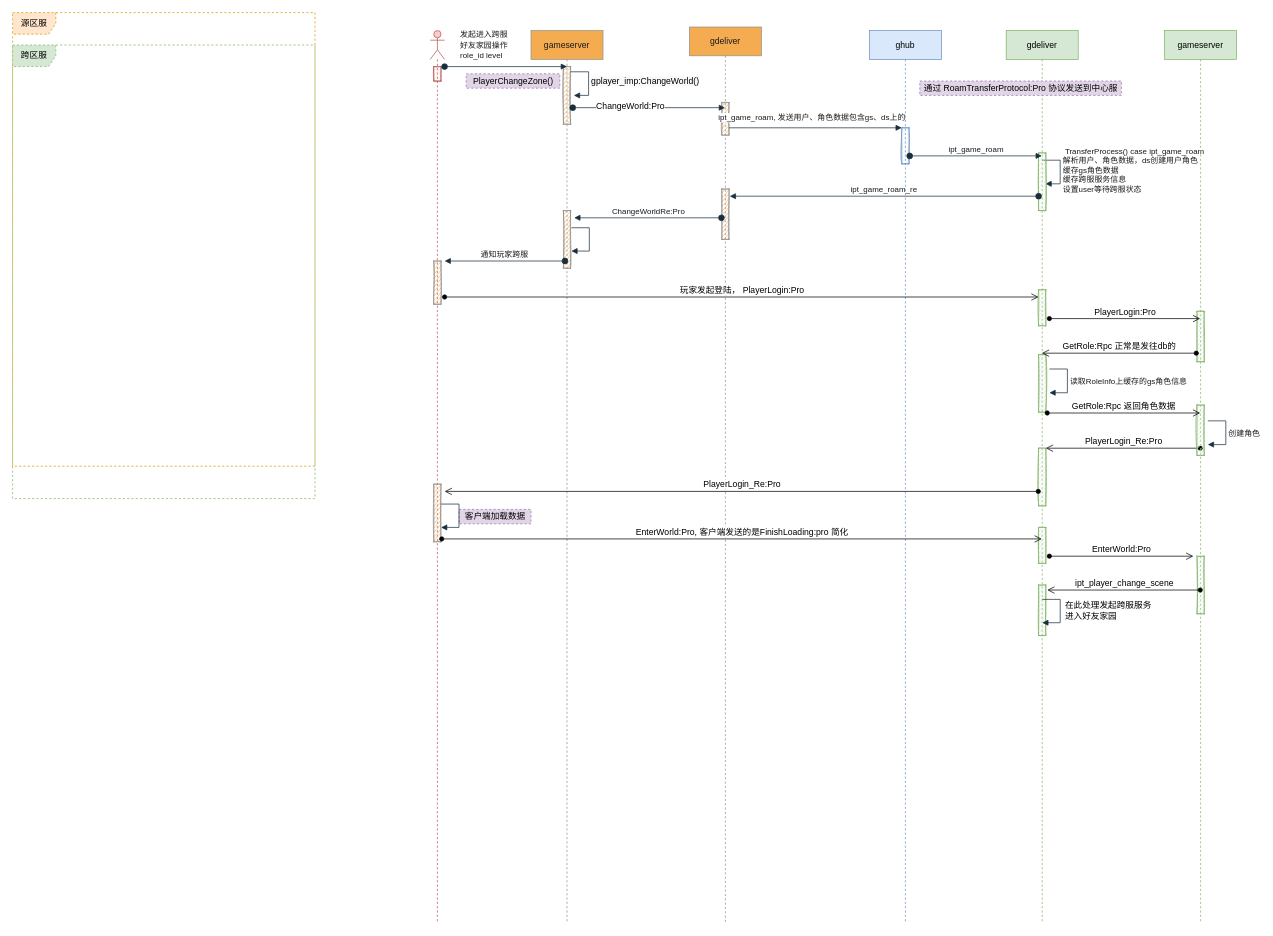
The draw.io diagram page "家园跨服流程" (13 of 13) of i-server.drawio in hsoul/lqua, before the edit. Source tidied: cells renumbered, new cells numbered last; positions are measured from the earlier drawing's top-left corner, leaving out a move shared by most shapes. Both pictures are drawn from the tidied source at 72%, with x=0, y=0 at pixel (12, 12).
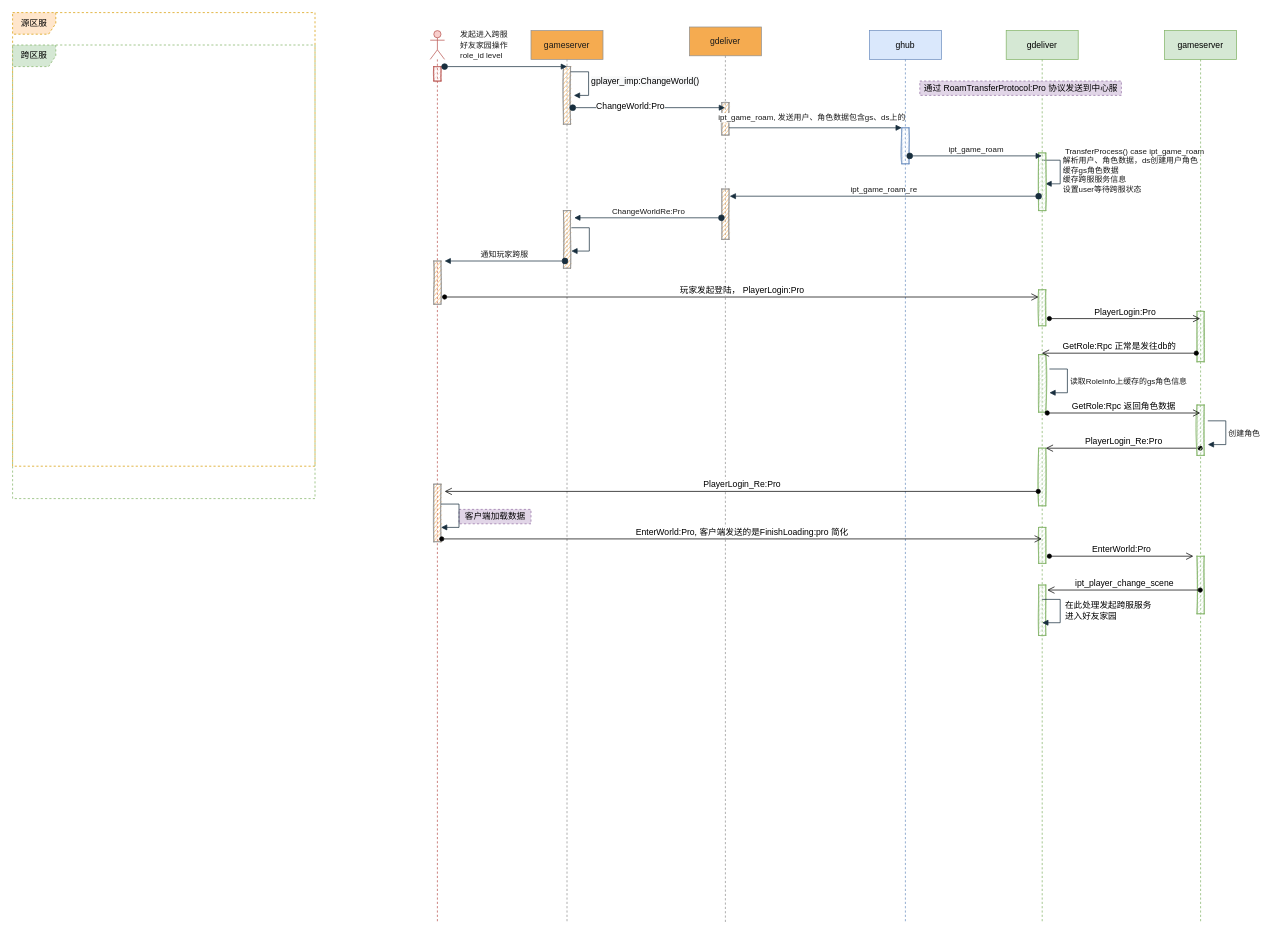
The same page after the edit.

What changed in the source:
```diff
@@
-    <mxCell id="30" value="&lt;div style=&quot;text-align: left&quot;&gt;PlayerChangeZone()&lt;br&gt;&lt;/div&gt;" style="text;html=1;align=center;verticalAlign=middle;fillColor=#e1d5e7;rounded=0;glass=0;dashed=1;sketch=0;strokeColor=#9673a6;" parent="1" vertex="1">
-      <mxGeometry x="630" y="85" width="130" height="20" as="geometry" />
-    </mxCell>
```
